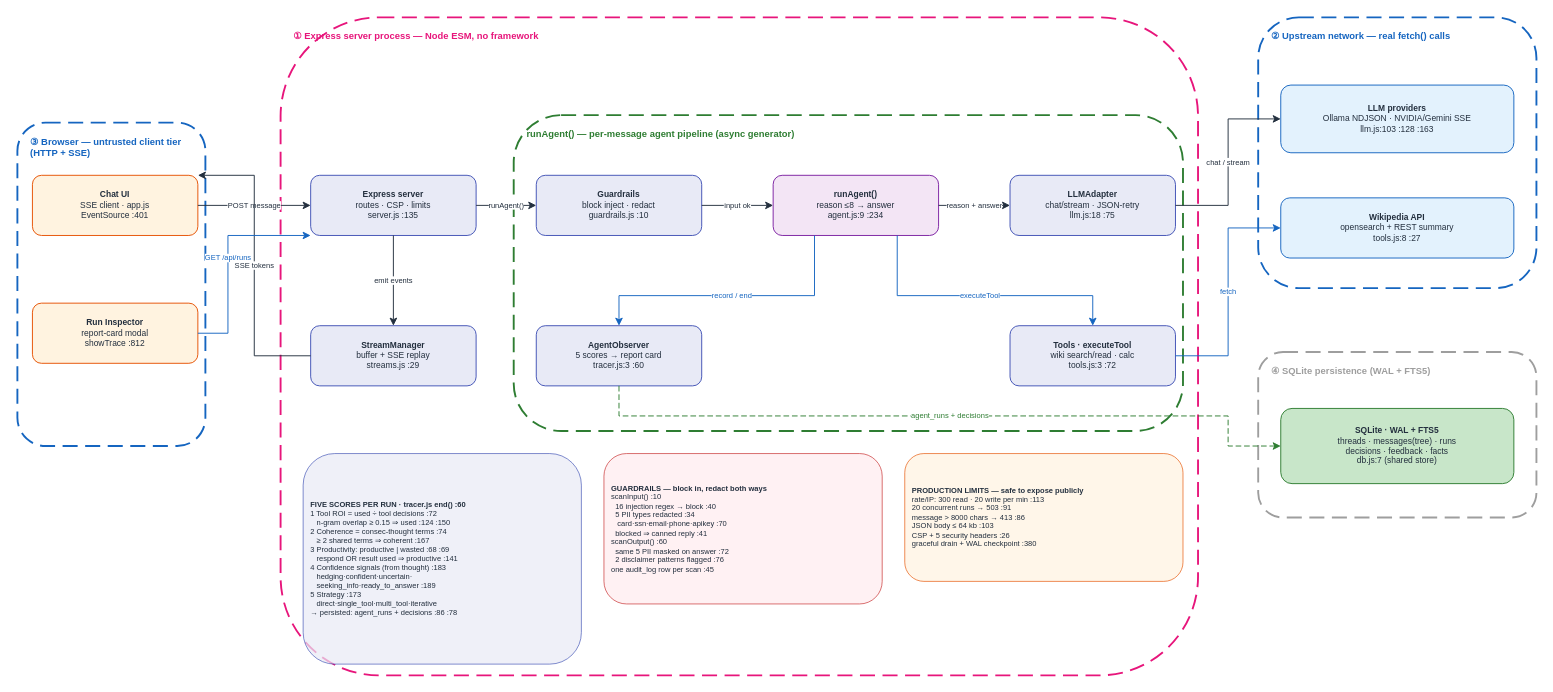
gmaheshraju/Hands-on-AgenticAI keeps this draw.io diagram as docs/diagrams/agent_chat_v1/HOA_AgentChat_v1.drawio. Above is the earlier version. Source tidied: cells renumbered, new cells numbered last; positions are measured from the earlier drawing's top-left corner, leaving out a move shared by most shapes. Both pictures are drawn from the tidied source at 94%, with x=0, y=0 at pixel (17, 17).
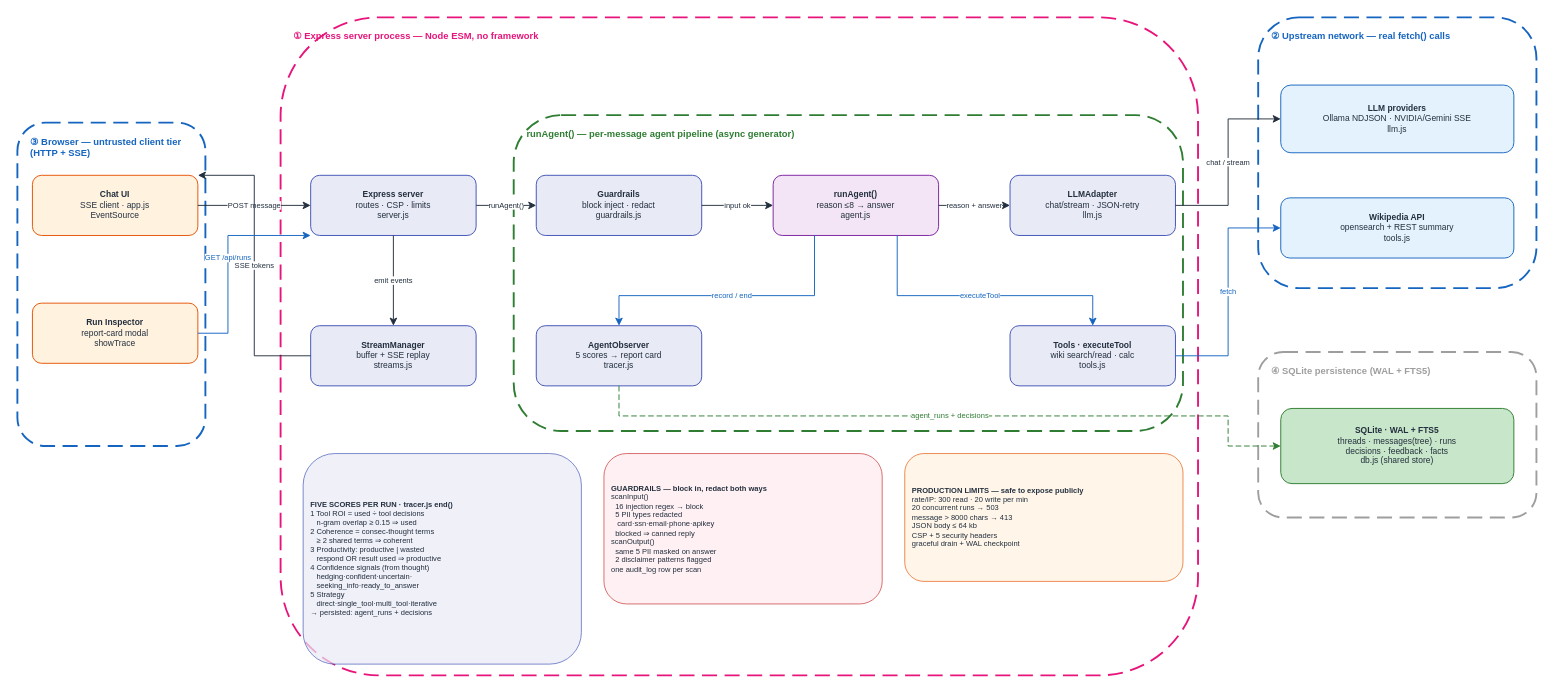
Above is the later version.

What changed in the source:
```diff
@@
-    <mxCell id="12" value="&lt;b&gt;Chat UI&lt;/b&gt;&lt;br&gt;SSE client · app.js&lt;br&gt;EventSource :401" style="rounded=1;fillColor=#FFF3E0;strokeColor=#E65100;fontSize=9;fontColor=#232F3E;html=1;whiteSpace=wrap;align=center;" parent="1" vertex="1">
+    <mxCell id="12" value="&lt;b&gt;Chat UI&lt;/b&gt;&lt;br&gt;SSE client · app.js&lt;br&gt;EventSource" style="rounded=1;fillColor=#FFF3E0;strokeColor=#E65100;fontSize=9;fontColor=#232F3E;html=1;whiteSpace=wrap;align=center;" parent="1" vertex="1">
       <mxGeometry x="16" y="168" width="176" height="64" as="geometry" />
     </mxCell>
-    <mxCell id="13" value="&lt;b&gt;Run Inspector&lt;/b&gt;&lt;br&gt;report-card modal&lt;br&gt;showTrace :812" style="rounded=1;fillColor=#FFF3E0;strokeColor=#E65100;fontSize=9;fontColor=#232F3E;html=1;whiteSpace=wrap;align=center;" parent="1" vertex="1">
+    <mxCell id="13" value="&lt;b&gt;Run Inspector&lt;/b&gt;&lt;br&gt;report-card modal&lt;br&gt;showTrace" style="rounded=1;fillColor=#FFF3E0;strokeColor=#E65100;fontSize=9;fontColor=#232F3E;html=1;whiteSpace=wrap;align=center;" parent="1" vertex="1">
       <mxGeometry x="16" y="304" width="176" height="64" as="geometry" />
     </mxCell>
-    <mxCell id="14" value="&lt;b&gt;Express server&lt;/b&gt;&lt;br&gt;routes · CSP · limits&lt;br&gt;server.js :135" style="rounded=1;fillColor=#E8EAF6;strokeColor=#3F51B5;fontSize=9;fontColor=#232F3E;html=1;whiteSpace=wrap;align=center;" parent="1" vertex="1">
+    <mxCell id="14" value="&lt;b&gt;Express server&lt;/b&gt;&lt;br&gt;routes · CSP · limits&lt;br&gt;server.js" style="rounded=1;fillColor=#E8EAF6;strokeColor=#3F51B5;fontSize=9;fontColor=#232F3E;html=1;whiteSpace=wrap;align=center;" parent="1" vertex="1">
       <mxGeometry x="312" y="168" width="176" height="64" as="geometry" />
     </mxCell>
-    <mxCell id="15" value="&lt;b&gt;StreamManager&lt;/b&gt;&lt;br&gt;buffer + SSE replay&lt;br&gt;streams.js :29" style="rounded=1;fillColor=#E8EAF6;strokeColor=#3F51B5;fontSize=9;fontColor=#232F3E;html=1;whiteSpace=wrap;align=center;" parent="1" vertex="1">
+    <mxCell id="15" value="&lt;b&gt;StreamManager&lt;/b&gt;&lt;br&gt;buffer + SSE replay&lt;br&gt;streams.js" style="rounded=1;fillColor=#E8EAF6;strokeColor=#3F51B5;fontSize=9;fontColor=#232F3E;html=1;whiteSpace=wrap;align=center;" parent="1" vertex="1">
       <mxGeometry x="312" y="328" width="176" height="64" as="geometry" />
     </mxCell>
-    <mxCell id="16" value="&lt;b&gt;Guardrails&lt;/b&gt;&lt;br&gt;block inject · redact&lt;br&gt;guardrails.js :10" style="rounded=1;fillColor=#E8EAF6;strokeColor=#3F51B5;fontSize=9;fontColor=#232F3E;html=1;whiteSpace=wrap;align=center;" parent="1" vertex="1">
+    <mxCell id="16" value="&lt;b&gt;Guardrails&lt;/b&gt;&lt;br&gt;block inject · redact&lt;br&gt;guardrails.js" style="rounded=1;fillColor=#E8EAF6;strokeColor=#3F51B5;fontSize=9;fontColor=#232F3E;html=1;whiteSpace=wrap;align=center;" parent="1" vertex="1">
       <mxGeometry x="552" y="168" width="176" height="64" as="geometry" />
     </mxCell>
-    <mxCell id="17" value="&lt;b&gt;runAgent()&lt;/b&gt;&lt;br&gt;reason ≤8 → answer&lt;br&gt;agent.js:9 :234" style="rounded=1;fillColor=#F3E5F5;strokeColor=#7B1FA2;fontSize=9;fontColor=#232F3E;html=1;whiteSpace=wrap;align=center;" parent="1" vertex="1">
+    <mxCell id="17" value="&lt;b&gt;runAgent()&lt;/b&gt;&lt;br&gt;reason ≤8 → answer&lt;br&gt;agent.js" style="rounded=1;fillColor=#F3E5F5;strokeColor=#7B1FA2;fontSize=9;fontColor=#232F3E;html=1;whiteSpace=wrap;align=center;" parent="1" vertex="1">
       <mxGeometry x="804" y="168" width="176" height="64" as="geometry" />
     </mxCell>
-    <mxCell id="18" value="&lt;b&gt;LLMAdapter&lt;/b&gt;&lt;br&gt;chat/stream · JSON-retry&lt;br&gt;llm.js:18 :75" style="rounded=1;fillColor=#E8EAF6;strokeColor=#3F51B5;fontSize=9;fontColor=#232F3E;html=1;whiteSpace=wrap;align=center;" parent="1" vertex="1">
+    <mxCell id="18" value="&lt;b&gt;LLMAdapter&lt;/b&gt;&lt;br&gt;chat/stream · JSON-retry&lt;br&gt;llm.js" style="rounded=1;fillColor=#E8EAF6;strokeColor=#3F51B5;fontSize=9;fontColor=#232F3E;html=1;whiteSpace=wrap;align=center;" parent="1" vertex="1">
       <mxGeometry x="1056" y="168" width="176" height="64" as="geometry" />
     </mxCell>
-    <mxCell id="19" value="&lt;b&gt;AgentObserver&lt;/b&gt;&lt;br&gt;5 scores → report card&lt;br&gt;tracer.js:3 :60" style="rounded=1;fillColor=#E8EAF6;strokeColor=#3F51B5;fontSize=9;fontColor=#232F3E;html=1;whiteSpace=wrap;align=center;" parent="1" vertex="1">
+    <mxCell id="19" value="&lt;b&gt;AgentObserver&lt;/b&gt;&lt;br&gt;5 scores → report card&lt;br&gt;tracer.js" style="rounded=1;fillColor=#E8EAF6;strokeColor=#3F51B5;fontSize=9;fontColor=#232F3E;html=1;whiteSpace=wrap;align=center;" parent="1" vertex="1">
       <mxGeometry x="552" y="328" width="176" height="64" as="geometry" />
     </mxCell>
-    <mxCell id="20" value="&lt;b&gt;Tools · executeTool&lt;/b&gt;&lt;br&gt;wiki search/read · calc&lt;br&gt;tools.js:3 :72" style="rounded=1;fillColor=#E8EAF6;strokeColor=#3F51B5;fontSize=9;fontColor=#232F3E;html=1;whiteSpace=wrap;align=center;" parent="1" vertex="1">
+    <mxCell id="20" value="&lt;b&gt;Tools · executeTool&lt;/b&gt;&lt;br&gt;wiki search/read · calc&lt;br&gt;tools.js" style="rounded=1;fillColor=#E8EAF6;strokeColor=#3F51B5;fontSize=9;fontColor=#232F3E;html=1;whiteSpace=wrap;align=center;" parent="1" vertex="1">
       <mxGeometry x="1056" y="328" width="176" height="64" as="geometry" />
     </mxCell>
-    <mxCell id="21" value="&lt;b&gt;LLM providers&lt;/b&gt;&lt;br&gt;Ollama NDJSON · NVIDIA/Gemini SSE&lt;br&gt;llm.js:103 :128 :163" style="rounded=1;fillColor=#E3F2FD;strokeColor=#1565C0;fontSize=9;fontColor=#232F3E;html=1;whiteSpace=wrap;align=center;" parent="1" vertex="1">
+    <mxCell id="21" value="&lt;b&gt;LLM providers&lt;/b&gt;&lt;br&gt;Ollama NDJSON · NVIDIA/Gemini SSE&lt;br&gt;llm.js" style="rounded=1;fillColor=#E3F2FD;strokeColor=#1565C0;fontSize=9;fontColor=#232F3E;html=1;whiteSpace=wrap;align=center;" parent="1" vertex="1">
       <mxGeometry x="1344" y="72" width="248" height="72" as="geometry" />
     </mxCell>
-    <mxCell id="22" value="&lt;b&gt;Wikipedia API&lt;/b&gt;&lt;br&gt;opensearch + REST summary&lt;br&gt;tools.js:8 :27" style="rounded=1;fillColor=#E3F2FD;strokeColor=#1565C0;fontSize=9;fontColor=#232F3E;html=1;whiteSpace=wrap;align=center;" parent="1" vertex="1">
+    <mxCell id="22" value="&lt;b&gt;Wikipedia API&lt;/b&gt;&lt;br&gt;opensearch + REST summary&lt;br&gt;tools.js" style="rounded=1;fillColor=#E3F2FD;strokeColor=#1565C0;fontSize=9;fontColor=#232F3E;html=1;whiteSpace=wrap;align=center;" parent="1" vertex="1">
       <mxGeometry x="1344" y="192" width="248" height="64" as="geometry" />
     </mxCell>
-    <mxCell id="23" value="&lt;b&gt;SQLite · WAL + FTS5&lt;/b&gt;&lt;br&gt;threads · messages(tree) · runs&lt;br&gt;decisions · feedback · facts&lt;br&gt;db.js:7 (shared store)" style="rounded=1;fillColor=#C8E6C9;strokeColor=#2E7D32;fontSize=9;fontColor=#232F3E;html=1;whiteSpace=wrap;align=center;" parent="1" vertex="1">
+    <mxCell id="23" value="&lt;b&gt;SQLite · WAL + FTS5&lt;/b&gt;&lt;br&gt;threads · messages(tree) · runs&lt;br&gt;decisions · feedback · facts&lt;br&gt;db.js (shared store)" style="rounded=1;fillColor=#C8E6C9;strokeColor=#2E7D32;fontSize=9;fontColor=#232F3E;html=1;whiteSpace=wrap;align=center;" parent="1" vertex="1">
       <mxGeometry x="1344" y="416" width="248" height="80" as="geometry" />
     </mxCell>
-    <mxCell id="24" value="&lt;b&gt;FIVE SCORES PER RUN · tracer.js end() :60&lt;/b&gt;&lt;br&gt;1 Tool ROI = used ÷ tool decisions :72&lt;br&gt;&amp;nbsp;&amp;nbsp;&amp;nbsp;n-gram overlap ≥ 0.15 ⇒ used :124 :150&lt;br&gt;2 Coherence = consec-thought terms :74&lt;br&gt;&amp;nbsp;&amp;nbsp;&amp;nbsp;≥ 2 shared terms ⇒ coherent :167&lt;br&gt;3 Productivity: productive | wasted :68 :69&lt;br&gt;&amp;nbsp;&amp;nbsp;&amp;nbsp;respond OR result used ⇒ productive :141&lt;br&gt;4 Confidence signals (from thought) :183&lt;br&gt;&amp;nbsp;&amp;nbsp;&amp;nbsp;hedging·confident·uncertain·&lt;br&gt;&amp;nbsp;&amp;nbsp;&amp;nbsp;seeking_info·ready_to_answer :189&lt;br&gt;5 Strategy :173&lt;br&gt;&amp;nbsp;&amp;nbsp;&amp;nbsp;direct·single_tool·multi_tool·iterative&lt;br&gt;→ persisted: agent_runs + decisions :86 :78" style="rounded=1;fillColor=#E8EAF6;strokeColor=#3F51B5;fontSize=8;fontColor=#232F3E;html=1;whiteSpace=wrap;align=left;spacingLeft=6;opacity=70;" parent="1" vertex="1">
+    <mxCell id="24" value="&lt;b&gt;FIVE SCORES PER RUN · tracer.js end()&lt;/b&gt;&lt;br&gt;1 Tool ROI = used ÷ tool decisions&lt;br&gt;&amp;nbsp;&amp;nbsp;&amp;nbsp;n-gram overlap ≥ 0.15 ⇒ used&lt;br&gt;2 Coherence = consec-thought terms&lt;br&gt;&amp;nbsp;&amp;nbsp;&amp;nbsp;≥ 2 shared terms ⇒ coherent&lt;br&gt;3 Productivity: productive | wasted&lt;br&gt;&amp;nbsp;&amp;nbsp;&amp;nbsp;respond OR result used ⇒ productive&lt;br&gt;4 Confidence signals (from thought)&lt;br&gt;&amp;nbsp;&amp;nbsp;&amp;nbsp;hedging·confident·uncertain·&lt;br&gt;&amp;nbsp;&amp;nbsp;&amp;nbsp;seeking_info·ready_to_answer&lt;br&gt;5 Strategy&lt;br&gt;&amp;nbsp;&amp;nbsp;&amp;nbsp;direct·single_tool·multi_tool·iterative&lt;br&gt;→ persisted: agent_runs + decisions" style="rounded=1;fillColor=#E8EAF6;strokeColor=#3F51B5;fontSize=8;fontColor=#232F3E;html=1;whiteSpace=wrap;align=left;spacingLeft=6;opacity=70;" parent="1" vertex="1">
       <mxGeometry x="304" y="464" width="296" height="224" as="geometry" />
     </mxCell>
-    <mxCell id="25" value="&lt;b&gt;GUARDRAILS — block in, redact both ways&lt;/b&gt;&lt;br&gt;scanInput() :10&lt;br&gt;&amp;nbsp;&amp;nbsp;16 injection regex → block :40&lt;br&gt;&amp;nbsp;&amp;nbsp;5 PII types redacted :34&lt;br&gt;&amp;nbsp;&amp;nbsp;&amp;nbsp;card·ssn·email·phone·apikey :70&lt;br&gt;&amp;nbsp;&amp;nbsp;blocked ⇒ canned reply :41&lt;br&gt;scanOutput() :60&lt;br&gt;&amp;nbsp;&amp;nbsp;same 5 PII masked on answer :72&lt;br&gt;&amp;nbsp;&amp;nbsp;2 disclaimer patterns flagged :76&lt;br&gt;one audit_log row per scan :45" style="rounded=1;fillColor=#FFEBEE;strokeColor=#C62828;fontSize=8;fontColor=#232F3E;html=1;whiteSpace=wrap;align=left;spacingLeft=6;opacity=70;" parent="1" vertex="1">
+    <mxCell id="25" value="&lt;b&gt;GUARDRAILS — block in, redact both ways&lt;/b&gt;&lt;br&gt;scanInput()&lt;br&gt;&amp;nbsp;&amp;nbsp;16 injection regex → block&lt;br&gt;&amp;nbsp;&amp;nbsp;5 PII types redacted&lt;br&gt;&amp;nbsp;&amp;nbsp;&amp;nbsp;card·ssn·email·phone·apikey&lt;br&gt;&amp;nbsp;&amp;nbsp;blocked ⇒ canned reply&lt;br&gt;scanOutput()&lt;br&gt;&amp;nbsp;&amp;nbsp;same 5 PII masked on answer&lt;br&gt;&amp;nbsp;&amp;nbsp;2 disclaimer patterns flagged&lt;br&gt;one audit_log row per scan" style="rounded=1;fillColor=#FFEBEE;strokeColor=#C62828;fontSize=8;fontColor=#232F3E;html=1;whiteSpace=wrap;align=left;spacingLeft=6;opacity=70;" parent="1" vertex="1">
       <mxGeometry x="624" y="464" width="296" height="160" as="geometry" />
     </mxCell>
-    <mxCell id="26" value="&lt;b&gt;PRODUCTION LIMITS — safe to expose publicly&lt;/b&gt;&lt;br&gt;rate/IP: 300 read · 20 write per min :113&lt;br&gt;20 concurrent runs → 503 :91&lt;br&gt;message &amp;gt; 8000 chars → 413 :86&lt;br&gt;JSON body ≤ 64 kb :103&lt;br&gt;CSP + 5 security headers :26&lt;br&gt;graceful drain + WAL checkpoint :380" style="rounded=1;fillColor=#FFF3E0;strokeColor=#E65100;fontSize=8;fontColor=#232F3E;html=1;whiteSpace=wrap;align=left;spacingLeft=6;opacity=70;" parent="1" vertex="1">
+    <mxCell id="26" value="&lt;b&gt;PRODUCTION LIMITS — safe to expose publicly&lt;/b&gt;&lt;br&gt;rate/IP: 300 read · 20 write per min&lt;br&gt;20 concurrent runs → 503&lt;br&gt;message &amp;gt; 8000 chars → 413&lt;br&gt;JSON body ≤ 64 kb&lt;br&gt;CSP + 5 security headers&lt;br&gt;graceful drain + WAL checkpoint" style="rounded=1;fillColor=#FFF3E0;strokeColor=#E65100;fontSize=8;fontColor=#232F3E;html=1;whiteSpace=wrap;align=left;spacingLeft=6;opacity=70;" parent="1" vertex="1">
       <mxGeometry x="944" y="464" width="296" height="136" as="geometry" />
     </mxCell>
```
